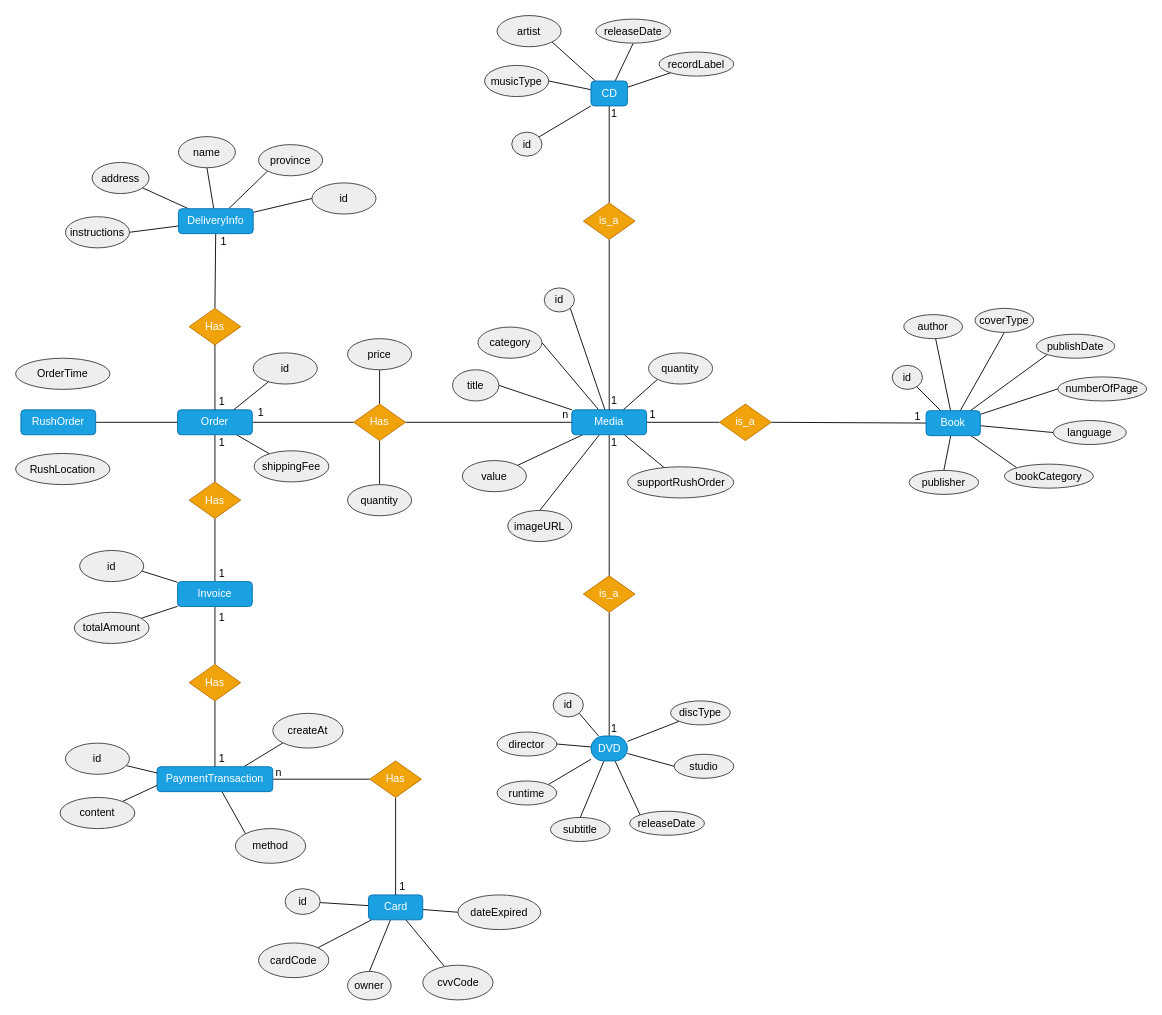
Earlier version of the draw.io diagram Class Design and Data Modeling/Data Modeling/AIMS System ERD.drawio (Tahuubinh/TKXDPM.CNTN.20221-20190094.TaHuuBinh). Source tidied: cells renumbered, new cells numbered last; positions are measured from the earlier drawing's top-left corner, leaving out a move shared by most shapes. Both pictures are drawn from the tidied source at 89%, with x=0, y=0 at pixel (15, 15).
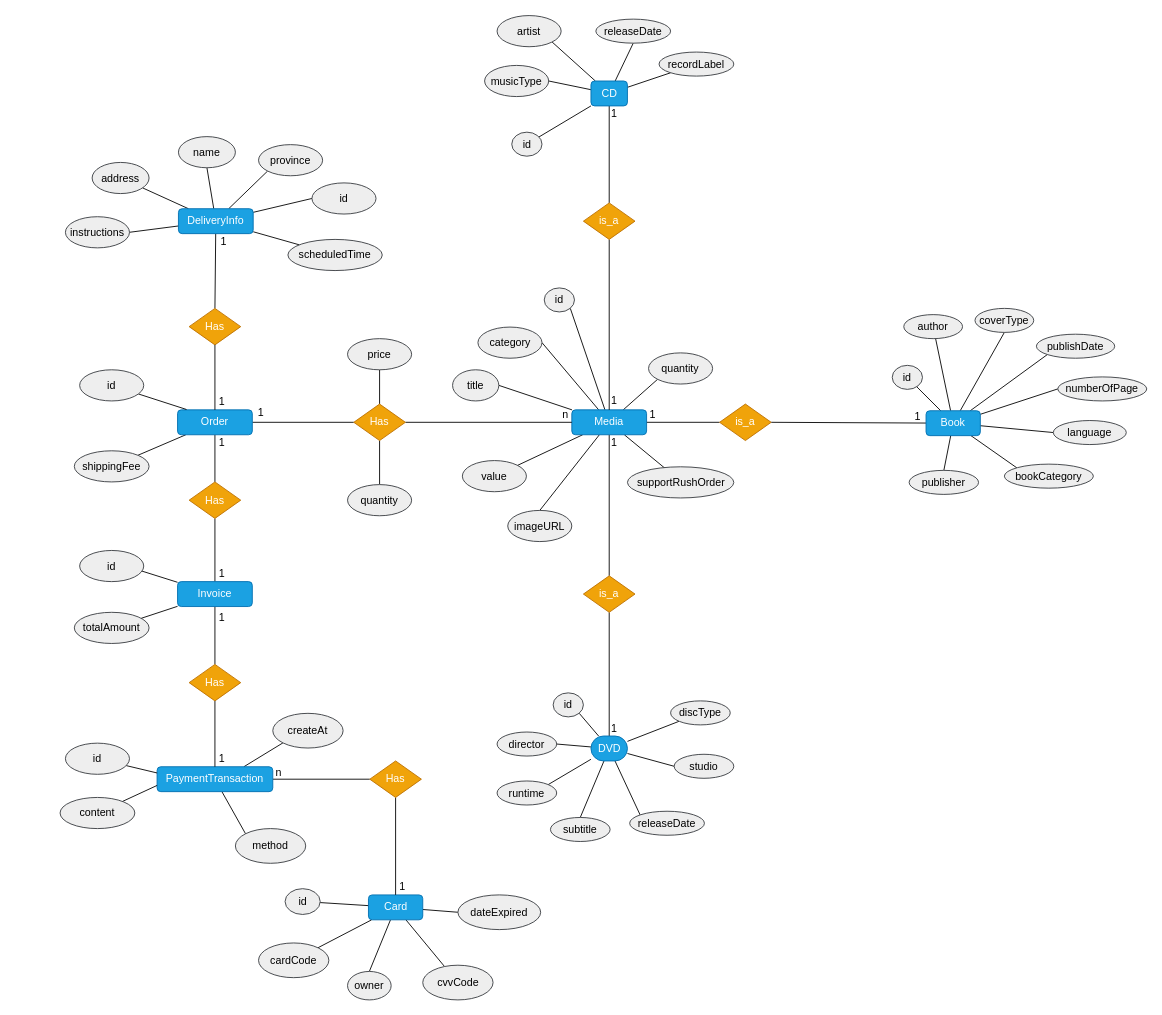
Above is the later version.

The change refers to these unchanged cells:
```xml
<mxCell id="14" value="DeliveryInfo" style="rounded=1;whiteSpace=wrap;html=1;fillColor=#1ba1e2;strokeColor=#006EAF;fontColor=#ffffff;" parent="1" vertex="1">
  <mxGeometry x="183" y="217" width="84" height="28" as="geometry" />
</mxCell>
<mxCell id="19" value="Order" style="rounded=1;whiteSpace=wrap;html=1;fillColor=#1ba1e2;fontColor=#ffffff;strokeColor=#006EAF;" parent="1" vertex="1">
  <mxGeometry x="182" y="443" width="84" height="28" as="geometry" />
</mxCell>
```

Change to the diagram source:
```diff
@@
+    <mxCell id="150" style="edgeStyle=none;rounded=0;jettySize=auto;html=1;endArrow=none;endFill=0;" parent="1" edge="1" source="14" target="148">
+      <mxGeometry relative="1" as="geometry" />
+    </mxCell>
@@
-    <mxCell id="18" style="edgeStyle=none;rounded=0;jettySize=auto;html=1;entryX=1;entryY=0.5;entryDx=0;entryDy=0;endArrow=none;endFill=0;" parent="1" edge="1" source="19" target="147">
-      <mxGeometry relative="1" as="geometry" />
-    </mxCell>
@@
-    <mxCell id="83" style="edgeStyle=none;rounded=0;jettySize=auto;html=1;endArrow=none;endFill=0;exitX=0.75;exitY=0;exitDx=0;exitDy=0;" parent="1" edge="1" source="19" target="100">
+    <mxCell id="83" style="edgeStyle=none;rounded=0;jettySize=auto;html=1;endArrow=none;endFill=0;exitX=0.12;exitY=-0.014;exitDx=0;exitDy=0;exitPerimeter=0;" parent="1" edge="1" source="19" target="100">
       <mxGeometry relative="1" as="geometry" />
     </mxCell>
@@
     <mxCell id="100" value="id" style="ellipse;whiteSpace=wrap;html=1;fillColor=#eeeeee;strokeColor=#36393d;" parent="1" vertex="1">
-      <mxGeometry x="267" y="379" width="72" height="35" as="geometry" />
+      <mxGeometry x="72" y="398" width="72" height="35" as="geometry" />
     </mxCell>
     <mxCell id="101" value="shippingFee" style="ellipse;whiteSpace=wrap;html=1;fillColor=#eeeeee;strokeColor=#36393d;" parent="1" vertex="1">
-      <mxGeometry x="268" y="489" width="84" height="35" as="geometry" />
+      <mxGeometry x="66" y="489" width="84" height="35" as="geometry" />
     </mxCell>
@@
-    <mxCell id="147" value="RushOrder" style="rounded=1;whiteSpace=wrap;html=1;fillColor=#1ba1e2;fontColor=#ffffff;strokeColor=#006EAF;" parent="1" vertex="1">
-      <mxGeometry x="6" y="443" width="84" height="28" as="geometry" />
-    </mxCell>
-    <mxCell id="148" value="OrderTime" style="ellipse;whiteSpace=wrap;html=1;fillColor=#eeeeee;strokeColor=#36393d;" parent="1" vertex="1">
-      <mxGeometry y="385" width="106" height="35" as="geometry" />
+    <mxCell id="148" value="&lt;span class=&quot;fontstyle0&quot;&gt;scheduledTime&lt;/span&gt; &lt;br/&gt;" style="ellipse;whiteSpace=wrap;html=1;fillColor=#eeeeee;strokeColor=#36393d;" parent="1" vertex="1">
+      <mxGeometry x="306" y="251.5" width="106" height="35" as="geometry" />
     </mxCell>
-    <mxCell id="149" value="RushLocation" style="ellipse;whiteSpace=wrap;html=1;fillColor=#eeeeee;strokeColor=#36393d;" parent="1" vertex="1">
-      <mxGeometry y="492" width="106" height="35" as="geometry" />
-    </mxCell>
```
